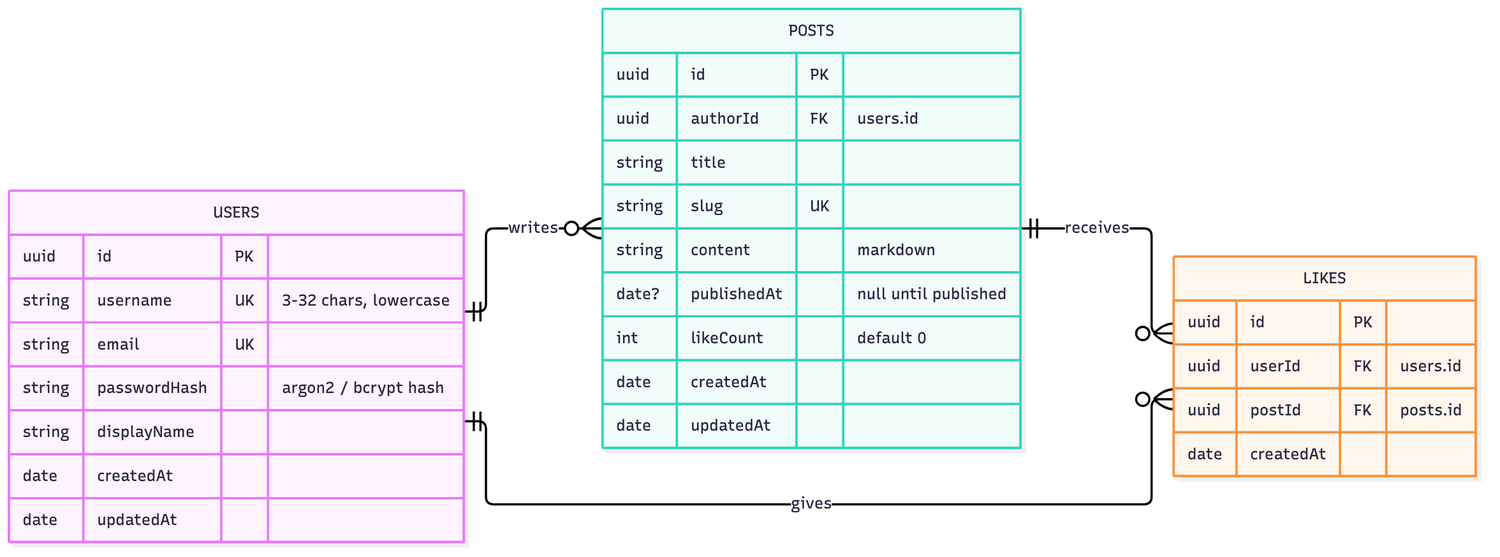
Earlier version of the Mermaid export graphs/erd.png (bobbymannino/comp3006). Its source is kept beside it as graphs/erd.mmd. The source it was exported from:
```mermaid
erDiagram
    direction LR
    USERS {
        uuid id PK
        string username UK "3-32 chars, lowercase"
        string email UK
        string passwordHash "argon2 / bcrypt hash"
        string displayName
        date createdAt
        date updatedAt
    }

    POSTS {
        uuid id PK
        uuid authorId FK "users.id"
        string title
        string slug UK
        string content "markdown"
        date? publishedAt "null until published"
        int likeCount "default 0"
        date createdAt
        date updatedAt
    }

    LIKES {
        uuid id PK
        uuid userId FK "users.id"
        uuid postId FK "posts.id"
        date createdAt
    }

    USERS ||--o{ POSTS : writes
    USERS ||--o{ LIKES : gives
    POSTS ||--o{ LIKES : receives
```
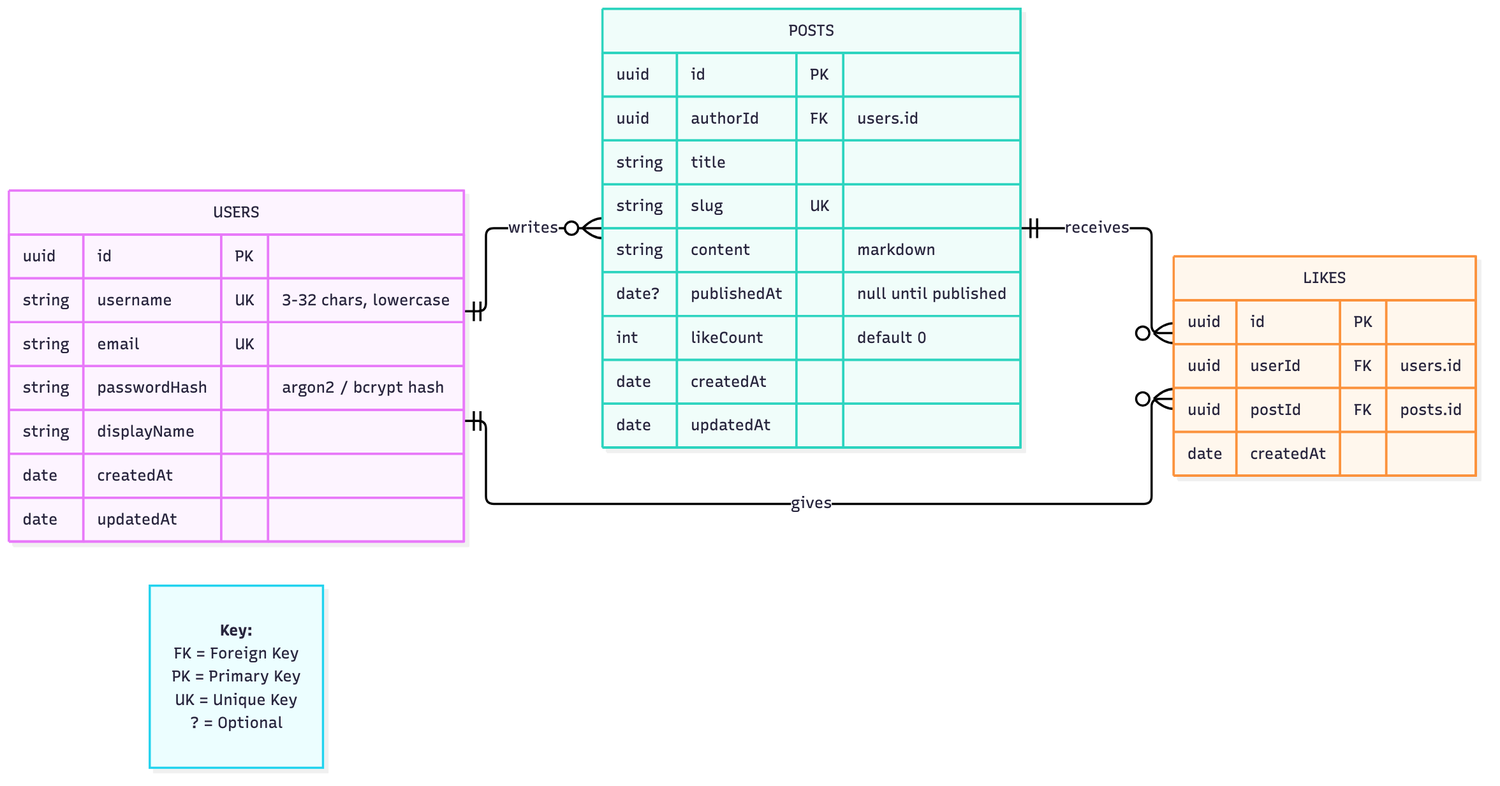
Later version of the same file.

Commit message:
docs: add key to erd

The edit, as a diff of the source:
```diff
@@ -32,3 +32,5 @@
     USERS ||--o{ POSTS : writes
     USERS ||--o{ LIKES : gives
     POSTS ||--o{ LIKES : receives
+
+    "**Key:**<br>FK = Foreign Key<br>PK = Primary Key<br>UK = Unique Key<br>? = Optional"
```
